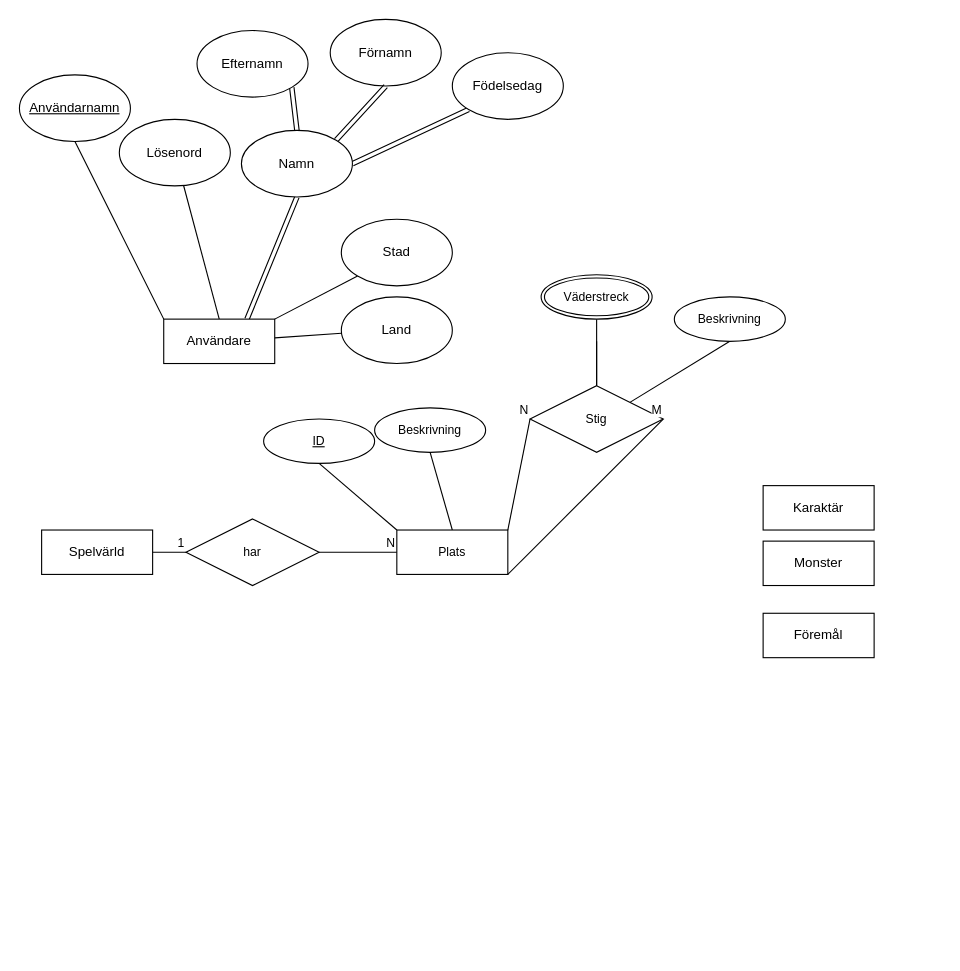
Before: ER-lab3.drawio in martindahlgren-coursework/dva273-database, a draw.io diagram. Source tidied: cells renumbered, new cells numbered last; positions are measured from the earlier drawing's top-left corner, leaving out a move shared by most shapes. Both pictures are drawn from the tidied source at 111%, with x=0, y=0 at pixel (19, 19).
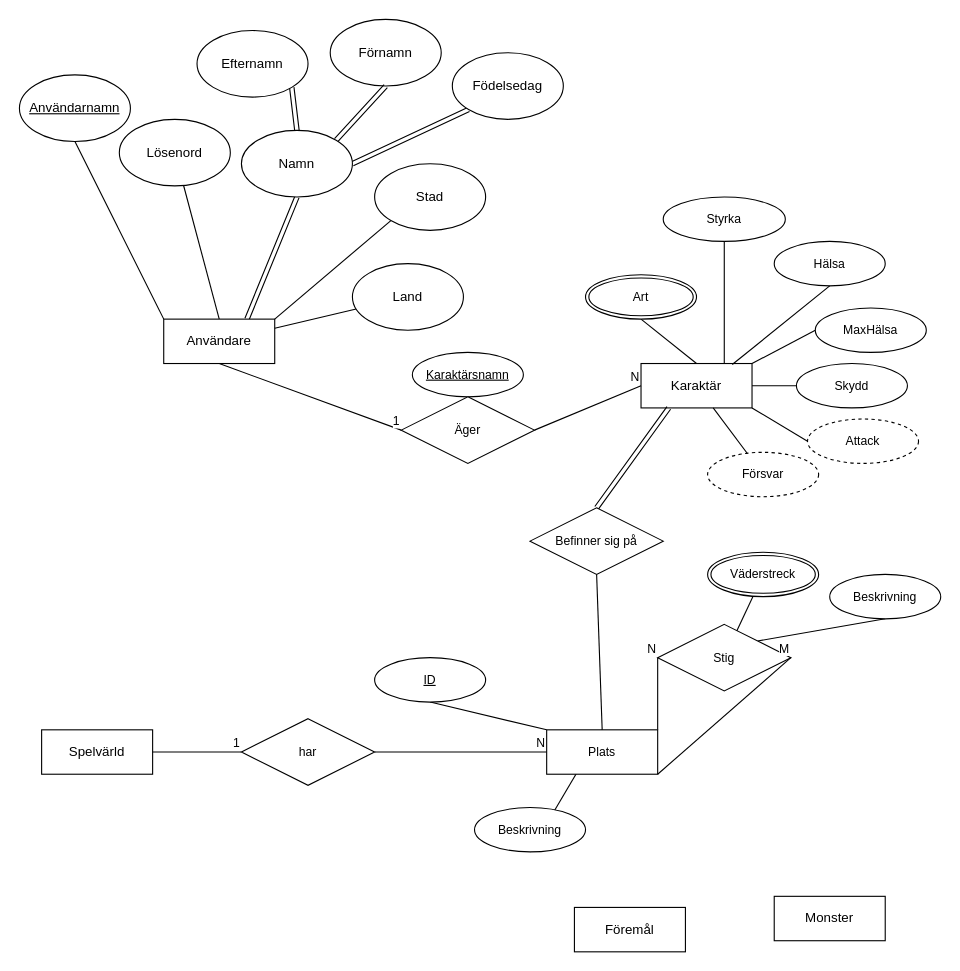
The same diagram, later.

The change refers to these unchanged cells:
```xml
<mxCell id="6" value="&lt;div&gt;Användare&lt;/div&gt;" style="whiteSpace=wrap;html=1;align=center;" parent="1" vertex="1">
  <mxGeometry x="130" y="270" width="100" height="40" as="geometry" />
</mxCell>
```

The edit, as a diff of the source:
```diff
@@
     <mxCell id="2" value="&lt;div&gt;Spelvärld&lt;/div&gt;" style="whiteSpace=wrap;html=1;align=center;" parent="1" vertex="1">
-      <mxGeometry x="20" y="460" width="100" height="40" as="geometry" />
+      <mxGeometry x="20" y="640" width="100" height="40" as="geometry" />
     </mxCell>
@@
+    <mxCell id="46" style="edgeStyle=none;shape=connector;rounded=0;jettySize=auto;html=1;exitX=0.5;exitY=0;exitDx=0;exitDy=0;entryX=0.5;entryY=1;entryDx=0;entryDy=0;strokeColor=default;align=center;verticalAlign=middle;fontFamily=Helvetica;fontSize=11;fontColor=default;labelBackgroundColor=default;endArrow=none;endFill=0;" parent="1" edge="1" source="7" target="58">
+      <mxGeometry relative="1" as="geometry" />
+    </mxCell>
+    <mxCell id="47" style="edgeStyle=none;shape=connector;rounded=0;jettySize=auto;html=1;exitX=1;exitY=0.5;exitDx=0;exitDy=0;entryX=0;entryY=0.5;entryDx=0;entryDy=0;strokeColor=default;align=center;verticalAlign=middle;fontFamily=Helvetica;fontSize=11;fontColor=default;labelBackgroundColor=default;endArrow=none;endFill=0;" parent="1" edge="1" source="7" target="61">
+      <mxGeometry relative="1" as="geometry" />
+    </mxCell>
+    <mxCell id="48" style="edgeStyle=none;shape=connector;rounded=0;jettySize=auto;html=1;exitX=1;exitY=0;exitDx=0;exitDy=0;entryX=0;entryY=0.5;entryDx=0;entryDy=0;strokeColor=default;align=center;verticalAlign=middle;fontFamily=Helvetica;fontSize=11;fontColor=default;labelBackgroundColor=default;endArrow=none;endFill=0;" parent="1" edge="1" source="7" target="60">
+      <mxGeometry relative="1" as="geometry" />
+    </mxCell>
+    <mxCell id="49" style="edgeStyle=none;shape=connector;rounded=0;jettySize=auto;html=1;exitX=0.75;exitY=0;exitDx=0;exitDy=0;entryX=0.5;entryY=1;entryDx=0;entryDy=0;strokeColor=default;align=center;verticalAlign=middle;fontFamily=Helvetica;fontSize=11;fontColor=default;labelBackgroundColor=default;endArrow=none;endFill=0;" parent="1" edge="1" source="7" target="63">
+      <mxGeometry relative="1" as="geometry" />
+    </mxCell>
+    <mxCell id="50" style="edgeStyle=none;shape=connector;rounded=0;jettySize=auto;html=1;exitX=1;exitY=1;exitDx=0;exitDy=0;entryX=0;entryY=0.5;entryDx=0;entryDy=0;strokeColor=default;align=center;verticalAlign=middle;fontFamily=Helvetica;fontSize=11;fontColor=default;labelBackgroundColor=default;endArrow=none;endFill=0;" parent="1" edge="1" source="7" target="64">
+      <mxGeometry relative="1" as="geometry" />
+    </mxCell>
     <mxCell id="7" value="&lt;div&gt;Karaktär&lt;/div&gt;" style="whiteSpace=wrap;html=1;align=center;" parent="1" vertex="1">
-      <mxGeometry x="670" y="420" width="100" height="40" as="geometry" />
+      <mxGeometry x="560" y="310" width="100" height="40" as="geometry" />
     </mxCell>
     <mxCell id="8" value="&lt;div&gt;Monster&lt;/div&gt;" style="whiteSpace=wrap;html=1;align=center;" parent="1" vertex="1">
-      <mxGeometry x="670" y="470" width="100" height="40" as="geometry" />
+      <mxGeometry x="680" y="790" width="100" height="40" as="geometry" />
     </mxCell>
     <mxCell id="9" value="Föremål" style="whiteSpace=wrap;html=1;align=center;" parent="1" vertex="1">
-      <mxGeometry x="670" y="535" width="100" height="40" as="geometry" />
+      <mxGeometry x="500" y="800" width="100" height="40" as="geometry" />
     </mxCell>
@@
     <mxCell id="21" value="&lt;div&gt;Stad&lt;/div&gt;" style="ellipse;whiteSpace=wrap;html=1;align=center;" parent="1" vertex="1">
-      <mxGeometry x="290" y="180" width="100" height="60" as="geometry" />
+      <mxGeometry x="320" y="130" width="100" height="60" as="geometry" />
     </mxCell>
@@
     <mxCell id="23" value="&lt;div&gt;Land&lt;/div&gt;" style="ellipse;whiteSpace=wrap;html=1;align=center;" parent="1" vertex="1">
-      <mxGeometry x="290" y="250" width="100" height="60" as="geometry" />
+      <mxGeometry x="300" y="220" width="100" height="60" as="geometry" />
     </mxCell>
     <mxCell id="24" value="har" style="shape=rhombus;perimeter=rhombusPerimeter;whiteSpace=wrap;html=1;align=center;fontFamily=Helvetica;fontSize=11;fontColor=default;labelBackgroundColor=default;" parent="1" vertex="1">
-      <mxGeometry x="150" y="450" width="120" height="60" as="geometry" />
+      <mxGeometry x="200" y="630" width="120" height="60" as="geometry" />
     </mxCell>
@@
     <mxCell id="28" value="&lt;div&gt;Plats&lt;/div&gt;" style="whiteSpace=wrap;html=1;align=center;fontFamily=Helvetica;fontSize=11;fontColor=default;labelBackgroundColor=default;" parent="1" vertex="1">
-      <mxGeometry x="340" y="460" width="100" height="40" as="geometry" />
+      <mxGeometry x="475" y="640" width="100" height="40" as="geometry" />
     </mxCell>
@@
     <mxCell id="33" value="&lt;div&gt;ID&lt;/div&gt;" style="ellipse;whiteSpace=wrap;html=1;align=center;fontStyle=4;fontFamily=Helvetica;fontSize=11;fontColor=default;labelBackgroundColor=default;" parent="1" vertex="1">
-      <mxGeometry x="220" y="360" width="100" height="40" as="geometry" />
+      <mxGeometry x="320" y="575" width="100" height="40" as="geometry" />
     </mxCell>
     <mxCell id="34" value="Beskrivning" style="ellipse;whiteSpace=wrap;html=1;align=center;fontFamily=Helvetica;fontSize=11;fontColor=default;labelBackgroundColor=default;" parent="1" vertex="1">
-      <mxGeometry x="320" y="350" width="100" height="40" as="geometry" />
+      <mxGeometry x="410" y="710" width="100" height="40" as="geometry" />
     </mxCell>
-    <mxCell id="35" style="edgeStyle=none;shape=connector;rounded=0;jettySize=auto;html=1;exitX=0.5;exitY=0;exitDx=0;exitDy=0;entryX=0.5;entryY=1;entryDx=0;entryDy=0;strokeColor=default;align=center;verticalAlign=middle;fontFamily=Helvetica;fontSize=11;fontColor=default;labelBackgroundColor=default;endArrow=none;endFill=0;" parent="1" edge="1" source="37">
-      <mxGeometry relative="1" as="geometry">
-        <mxPoint x="520" y="290" as="targetPoint" />
-      </mxGeometry>
-    </mxCell>
@@
     <mxCell id="37" value="Stig" style="shape=rhombus;perimeter=rhombusPerimeter;whiteSpace=wrap;html=1;align=center;fontFamily=Helvetica;fontSize=11;fontColor=default;labelBackgroundColor=default;" parent="1" vertex="1">
-      <mxGeometry x="460" y="330" width="120" height="60" as="geometry" />
+      <mxGeometry x="575" y="545" width="120" height="60" as="geometry" />
     </mxCell>
@@
     <mxCell id="44" value="Väderstreck" style="ellipse;shape=doubleEllipse;margin=3;whiteSpace=wrap;html=1;align=center;fontFamily=Helvetica;fontSize=11;fontColor=default;labelBackgroundColor=default;" parent="1" vertex="1">
-      <mxGeometry x="470" y="230" width="100" height="40" as="geometry" />
+      <mxGeometry x="620" y="480" width="100" height="40" as="geometry" />
     </mxCell>
     <mxCell id="45" value="&lt;div&gt;Beskrivning&lt;/div&gt;" style="ellipse;whiteSpace=wrap;html=1;align=center;fontFamily=Helvetica;fontSize=11;fontColor=default;labelBackgroundColor=default;" parent="1" vertex="1">
-      <mxGeometry x="590" y="250" width="100" height="40" as="geometry" />
+      <mxGeometry x="730" y="500" width="100" height="40" as="geometry" />
     </mxCell>
+    <mxCell id="51" value="Karaktärsnamn" style="ellipse;whiteSpace=wrap;html=1;align=center;fontStyle=4;fontFamily=Helvetica;fontSize=11;fontColor=default;labelBackgroundColor=default;" parent="1" vertex="1">
+      <mxGeometry x="354" y="300" width="100" height="40" as="geometry" />
+    </mxCell>
+    <mxCell id="52" style="edgeStyle=none;shape=connector;rounded=0;jettySize=auto;html=1;exitX=0.5;exitY=0;exitDx=0;exitDy=0;entryX=0.5;entryY=1;entryDx=0;entryDy=0;strokeColor=default;align=center;verticalAlign=middle;fontFamily=Helvetica;fontSize=11;fontColor=default;labelBackgroundColor=default;endArrow=none;endFill=0;" parent="1" edge="1" source="53" target="51">
+      <mxGeometry relative="1" as="geometry" />
+    </mxCell>
+    <mxCell id="53" value="Äger" style="shape=rhombus;perimeter=rhombusPerimeter;whiteSpace=wrap;html=1;align=center;fontFamily=Helvetica;fontSize=11;fontColor=default;labelBackgroundColor=default;" parent="1" vertex="1">
+      <mxGeometry x="344" y="340" width="120" height="60" as="geometry" />
+    </mxCell>
+    <mxCell id="54" style="endArrow=none;html=1;rounded=0;strokeColor=default;align=center;verticalAlign=middle;fontFamily=Helvetica;fontSize=11;fontColor=default;labelBackgroundColor=default;exitX=1;exitY=0.5;exitDx=0;exitDy=0;entryX=0;entryY=0.5;entryDx=0;entryDy=0;" parent="1" edge="1" source="53" target="7">
+      <mxGeometry relative="1" as="geometry" />
+    </mxCell>
+    <mxCell id="55" value="N" style="html=1;whiteSpace=wrap;align=right;verticalAlign=bottom;fontFamily=Helvetica;fontSize=11;fontColor=default;labelBackgroundColor=default;" parent="54" vertex="1">
+      <mxGeometry x="1" relative="1" as="geometry" />
+    </mxCell>
+    <mxCell id="56" style="endArrow=none;html=1;rounded=0;strokeColor=default;align=center;verticalAlign=middle;fontFamily=Helvetica;fontSize=11;fontColor=default;labelBackgroundColor=default;exitX=0.5;exitY=1;exitDx=0;exitDy=0;entryX=0;entryY=0.5;entryDx=0;entryDy=0;" parent="1" edge="1" source="6" target="53">
+      <mxGeometry relative="1" as="geometry" />
+    </mxCell>
+    <mxCell id="57" value="1" style="html=1;whiteSpace=wrap;align=right;verticalAlign=bottom;fontFamily=Helvetica;fontSize=11;fontColor=default;labelBackgroundColor=default;" parent="56" vertex="1">
+      <mxGeometry x="1" relative="1" as="geometry" />
+    </mxCell>
+    <mxCell id="58" value="Art" style="ellipse;shape=doubleEllipse;margin=3;whiteSpace=wrap;html=1;align=center;fontFamily=Helvetica;fontSize=11;fontColor=default;labelBackgroundColor=default;" parent="1" vertex="1">
+      <mxGeometry x="510" y="230" width="100" height="40" as="geometry" />
+    </mxCell>
+    <mxCell id="59" value="Hälsa" style="ellipse;whiteSpace=wrap;html=1;align=center;fontFamily=Helvetica;fontSize=11;fontColor=default;labelBackgroundColor=default;" parent="1" vertex="1">
+      <mxGeometry x="680" y="200" width="100" height="40" as="geometry" />
+    </mxCell>
+    <mxCell id="60" value="MaxHälsa" style="ellipse;whiteSpace=wrap;html=1;align=center;fontFamily=Helvetica;fontSize=11;fontColor=default;labelBackgroundColor=default;" parent="1" vertex="1">
+      <mxGeometry x="717" y="260" width="100" height="40" as="geometry" />
+    </mxCell>
+    <mxCell id="61" value="&lt;div&gt;Skydd&lt;/div&gt;" style="ellipse;whiteSpace=wrap;html=1;align=center;fontFamily=Helvetica;fontSize=11;fontColor=default;labelBackgroundColor=default;" parent="1" vertex="1">
+      <mxGeometry x="700" y="310" width="100" height="40" as="geometry" />
+    </mxCell>
+    <mxCell id="62" style="edgeStyle=none;shape=connector;rounded=0;jettySize=auto;html=1;exitX=0.5;exitY=1;exitDx=0;exitDy=0;entryX=0.822;entryY=0.023;entryDx=0;entryDy=0;entryPerimeter=0;strokeColor=default;align=center;verticalAlign=middle;fontFamily=Helvetica;fontSize=11;fontColor=default;labelBackgroundColor=default;endArrow=none;endFill=0;" parent="1" edge="1" source="59" target="7">
+      <mxGeometry relative="1" as="geometry" />
+    </mxCell>
+    <mxCell id="63" value="Styrka" style="ellipse;whiteSpace=wrap;html=1;align=center;fontFamily=Helvetica;fontSize=11;fontColor=default;labelBackgroundColor=default;" parent="1" vertex="1">
+      <mxGeometry x="580" y="160" width="110" height="40" as="geometry" />
+    </mxCell>
+    <mxCell id="64" value="Attack" style="ellipse;whiteSpace=wrap;html=1;align=center;dashed=1;fontFamily=Helvetica;fontSize=11;fontColor=default;labelBackgroundColor=default;" parent="1" vertex="1">
+      <mxGeometry x="710" y="360" width="100" height="40" as="geometry" />
+    </mxCell>
+    <mxCell id="65" style="edgeStyle=none;shape=connector;rounded=0;jettySize=auto;html=1;strokeColor=default;align=center;verticalAlign=middle;fontFamily=Helvetica;fontSize=11;fontColor=default;labelBackgroundColor=default;endArrow=none;endFill=0;" parent="1" edge="1" source="66" target="7">
+      <mxGeometry relative="1" as="geometry" />
+    </mxCell>
+    <mxCell id="66" value="Försvar" style="ellipse;whiteSpace=wrap;html=1;align=center;dashed=1;fontFamily=Helvetica;fontSize=11;fontColor=default;labelBackgroundColor=default;" parent="1" vertex="1">
+      <mxGeometry x="620" y="390" width="100" height="40" as="geometry" />
+    </mxCell>
+    <mxCell id="67" style="edgeStyle=none;shape=link;rounded=0;jettySize=auto;html=1;exitX=0.5;exitY=0;exitDx=0;exitDy=0;entryX=0.25;entryY=1;entryDx=0;entryDy=0;strokeColor=default;align=center;verticalAlign=middle;fontFamily=Helvetica;fontSize=11;fontColor=default;labelBackgroundColor=default;endArrow=none;endFill=0;" parent="1" edge="1" source="69" target="7">
+      <mxGeometry relative="1" as="geometry" />
+    </mxCell>
+    <mxCell id="68" style="edgeStyle=none;shape=connector;rounded=0;jettySize=auto;html=1;exitX=0.5;exitY=1;exitDx=0;exitDy=0;entryX=0.5;entryY=0;entryDx=0;entryDy=0;strokeColor=default;align=center;verticalAlign=middle;fontFamily=Helvetica;fontSize=11;fontColor=default;labelBackgroundColor=default;endArrow=none;endFill=0;" parent="1" edge="1" source="69" target="28">
+      <mxGeometry relative="1" as="geometry" />
+    </mxCell>
+    <mxCell id="69" value="Befinner sig på" style="shape=rhombus;perimeter=rhombusPerimeter;whiteSpace=wrap;html=1;align=center;fontFamily=Helvetica;fontSize=11;fontColor=default;labelBackgroundColor=default;" parent="1" vertex="1">
+      <mxGeometry x="460" y="440" width="120" height="60" as="geometry" />
+    </mxCell>
```
